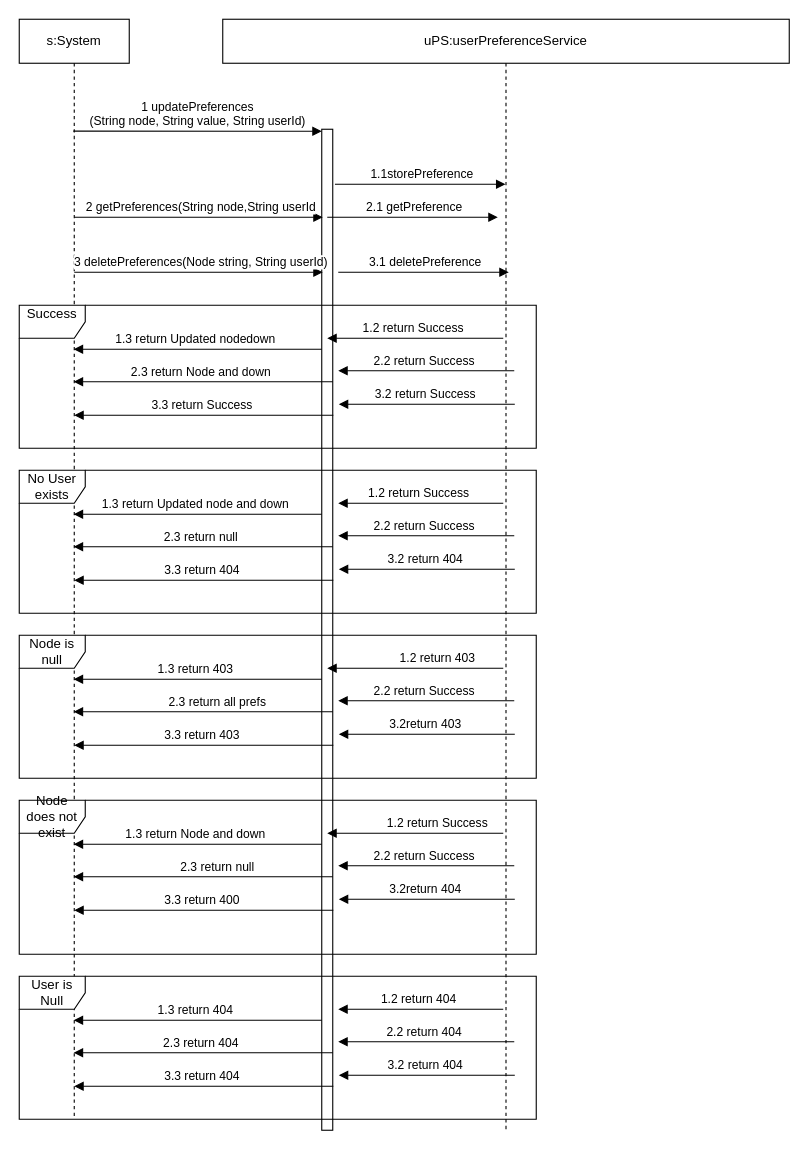
The draw.io diagram page "Sequence" (5 of 7) of Drawings/Microservices/UserPreferences/User Preference.drawio in RMSLowside/rmslow, before the edit. Source tidied: cells renumbered, new cells numbered last; positions are measured from the earlier drawing's top-left corner, leaving out a move shared by most shapes. Both pictures are drawn from the tidied source at 110%, with x=0, y=0 at pixel (19, 19).
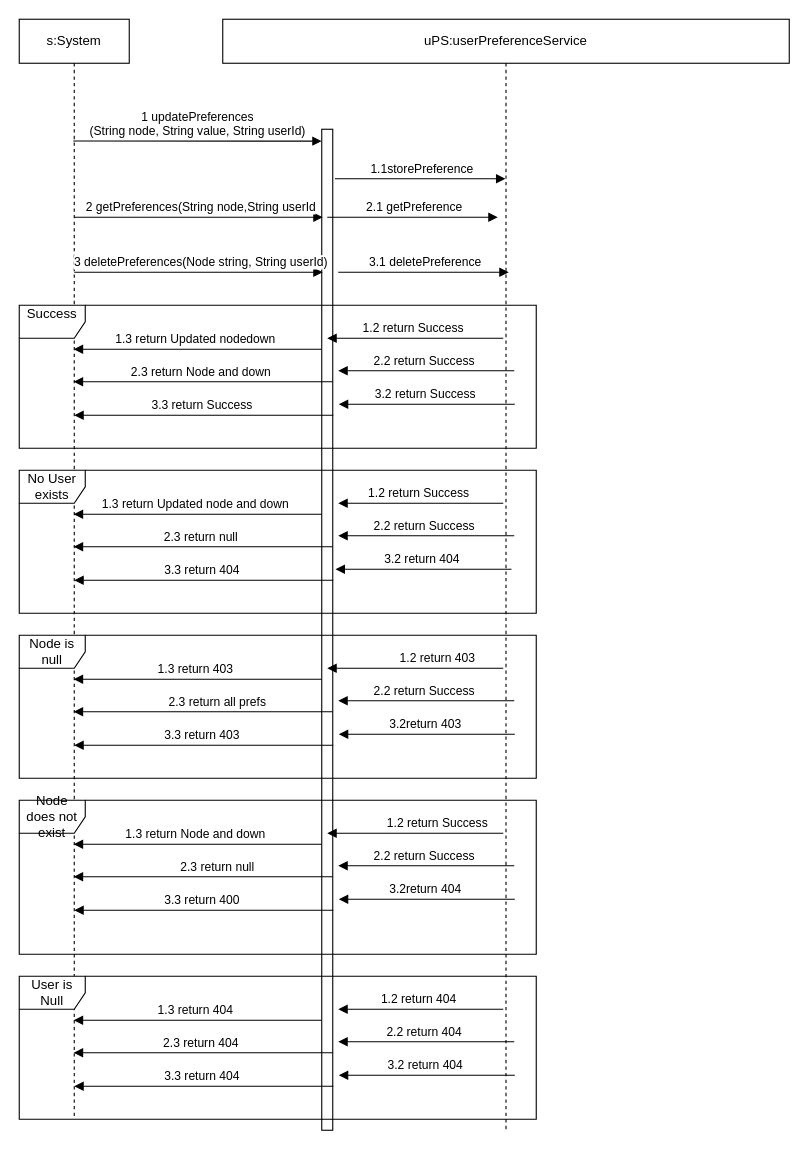
Above is the later version.

Unchanged cells that the change refers to:
```xml
<mxCell id="2" value="uPS:userPreferenceService" style="shape=umlLifeline;perimeter=lifelinePerimeter;whiteSpace=wrap;html=1;outlineConnect=0;size=40;" parent="1" vertex="1">
  <mxGeometry x="185" width="515" height="1010" as="geometry" />
</mxCell>
<mxCell id="3" style="html=1;points=[];perimeter=orthogonalPerimeter;" parent="2" vertex="1">
  <mxGeometry x="90" y="100" width="10" height="910" as="geometry" />
</mxCell>
```

Diff of the diagram source:
```diff
@@
-    <mxCell id="5" value="1 updatePreferences&lt;br&gt;(String node, String value, String userId)" style="html=1;verticalAlign=bottom;endArrow=block;entryX=0;entryY=0.002;entryDx=0;entryDy=0;entryPerimeter=0;" parent="1" edge="1" target="3">
+    <mxCell id="5" value="1 updatePreferences&lt;br&gt;(String node, String value, String userId)" style="html=1;verticalAlign=bottom;endArrow=block;entryX=0;entryY=0.002;entryDx=0;entryDy=0;entryPerimeter=0;" parent="1" edge="1">
       <mxGeometry relative="1" as="geometry">
-        <mxPoint x="49.1" y="101.7" as="sourcePoint" />
+        <mxPoint x="49.1" y="110.7" as="sourcePoint" />
+        <mxPoint x="275" y="110.8" as="targetPoint" />
       </mxGeometry>
     </mxCell>
@@
-    <mxCell id="7" value="1.1storePreference" style="html=1;verticalAlign=bottom;endArrow=block;" parent="1" edge="1" target="2">
+    <mxCell id="7" value="1.1storePreference" style="html=1;verticalAlign=bottom;endArrow=block;" parent="1" edge="1">
       <mxGeometry x="0.02" relative="1" as="geometry">
-        <mxPoint x="287" y="150" as="sourcePoint" />
+        <mxPoint x="287" y="145" as="sourcePoint" />
+        <mxPoint x="442" y="145" as="targetPoint" />
       </mxGeometry>
     </mxCell>
@@
     <mxCell id="23" value="3.2 return 404 " style="html=1;verticalAlign=bottom;endArrow=block;" parent="1" edge="1">
       <mxGeometry x="0.02" relative="1" as="geometry">
-        <mxPoint x="450.5" y="500" as="sourcePoint" />
-        <mxPoint x="290.5" y="500" as="targetPoint" />
+        <mxPoint x="447.5" y="500" as="sourcePoint" />
+        <mxPoint x="287.5" y="500" as="targetPoint" />
       </mxGeometry>
     </mxCell>
```
